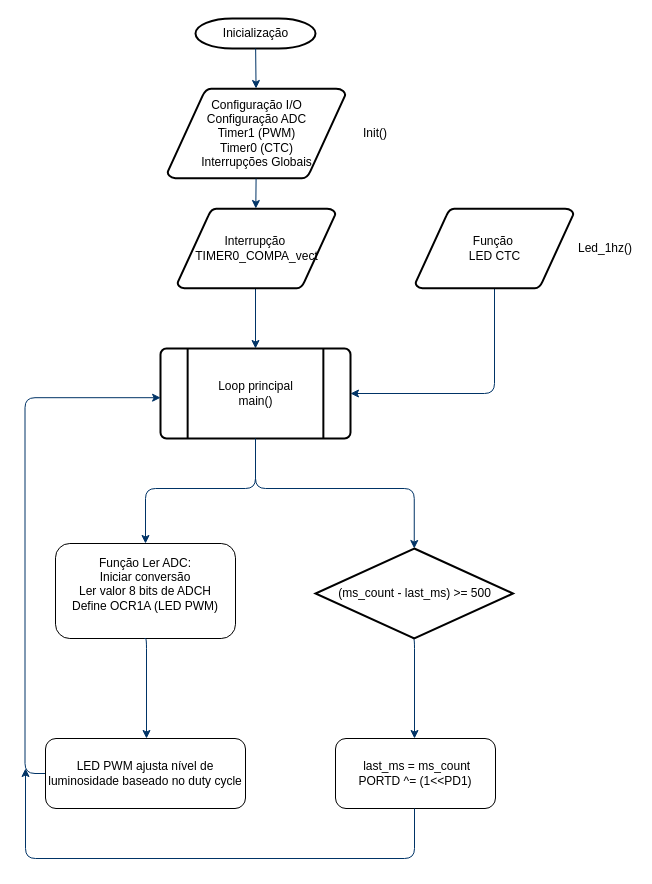
The draw.io diagram Fluxo LABSI min.drawio in Joluiss/Diagrams.net, before the edit. Source tidied: cells renumbered, new cells numbered last; positions are measured from the earlier drawing's top-left corner, leaving out a move shared by most shapes. Both pictures are drawn from the tidied source at 100%, with x=0, y=0 at pixel (25, 18).
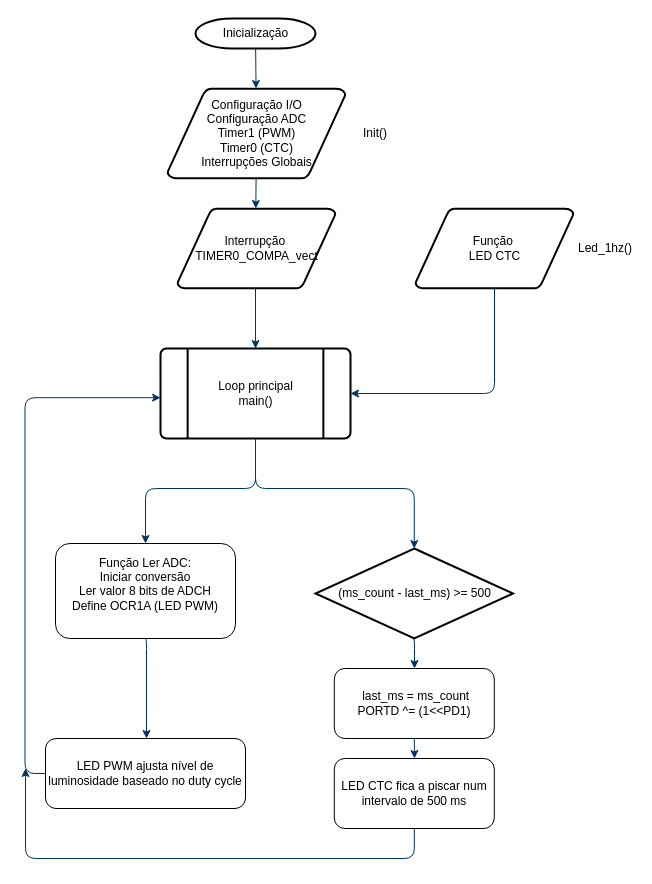
Above is the later version.

Diff of the diagram source:
```diff
@@
-    <mxCell id="11" style="edgeStyle=elbowEdgeStyle;elbow=horizontal;exitX=0.5;exitY=1;exitPerimeter=0;fontStyle=1;strokeColor=#003366;strokeWidth=1;html=1;rounded=1;exitDx=0;exitDy=0;" parent="1" edge="1">
+    <mxCell id="11" style="edgeStyle=elbowEdgeStyle;elbow=horizontal;exitX=0.5;exitY=1;exitPerimeter=0;fontStyle=1;strokeColor=#003366;strokeWidth=1;html=1;rounded=1;exitDx=0;exitDy=0;entryX=0.5;entryY=0;entryDx=0;entryDy=0;" parent="1" edge="1" target="21">
       <mxGeometry as="geometry">
         <mxPoint x="387" y="620" as="sourcePoint" />
-        <mxPoint x="389" y="720" as="targetPoint" />
         <Array as="points">
           <mxPoint x="389" y="680" />
         </Array>
       </mxGeometry>
     </mxCell>
@@
     <mxCell id="21" value="&lt;div&gt;&amp;nbsp;last_ms = ms_count&lt;/div&gt;&lt;div&gt;PORTD ^= (1&amp;lt;&amp;lt;PD1)&lt;/div&gt;" style="rounded=1;whiteSpace=wrap;html=1;" parent="1" vertex="1">
-      <mxGeometry x="310" y="720" width="160" height="70" as="geometry" />
+      <mxGeometry x="308.8" y="650" width="160" height="70" as="geometry" />
     </mxCell>
-    <mxCell id="22" style="edgeStyle=elbowEdgeStyle;elbow=vertical;fontColor=#001933;fontStyle=1;strokeColor=#003366;strokeWidth=1;html=1;rounded=1;" parent="1" edge="1">
+    <mxCell id="22" style="edgeStyle=elbowEdgeStyle;elbow=vertical;fontColor=#001933;fontStyle=1;strokeColor=#003366;strokeWidth=1;html=1;rounded=1;exitX=0.5;exitY=1;exitDx=0;exitDy=0;" parent="1" edge="1" source="23">
       <mxGeometry as="geometry">
-        <mxPoint x="389" y="790" as="sourcePoint" />
         <mxPoint y="750" as="targetPoint" />
         <Array as="points">
           <mxPoint x="469" y="840" />
         </Array>
       </mxGeometry>
     </mxCell>
+    <mxCell id="23" value="LED CTC fica a piscar num intervalo de 500 ms" style="rounded=1;whiteSpace=wrap;html=1;" parent="1" vertex="1">
+      <mxGeometry x="308.8" y="740" width="160" height="70" as="geometry" />
+    </mxCell>
+    <mxCell id="24" style="edgeStyle=elbowEdgeStyle;elbow=horizontal;exitX=0.5;exitY=1;fontStyle=1;strokeColor=#003366;strokeWidth=1;html=1;rounded=1;exitDx=0;exitDy=0;entryX=0.5;entryY=0;entryDx=0;entryDy=0;" parent="1" edge="1" source="21" target="23">
+      <mxGeometry as="geometry" />
+    </mxCell>
```
